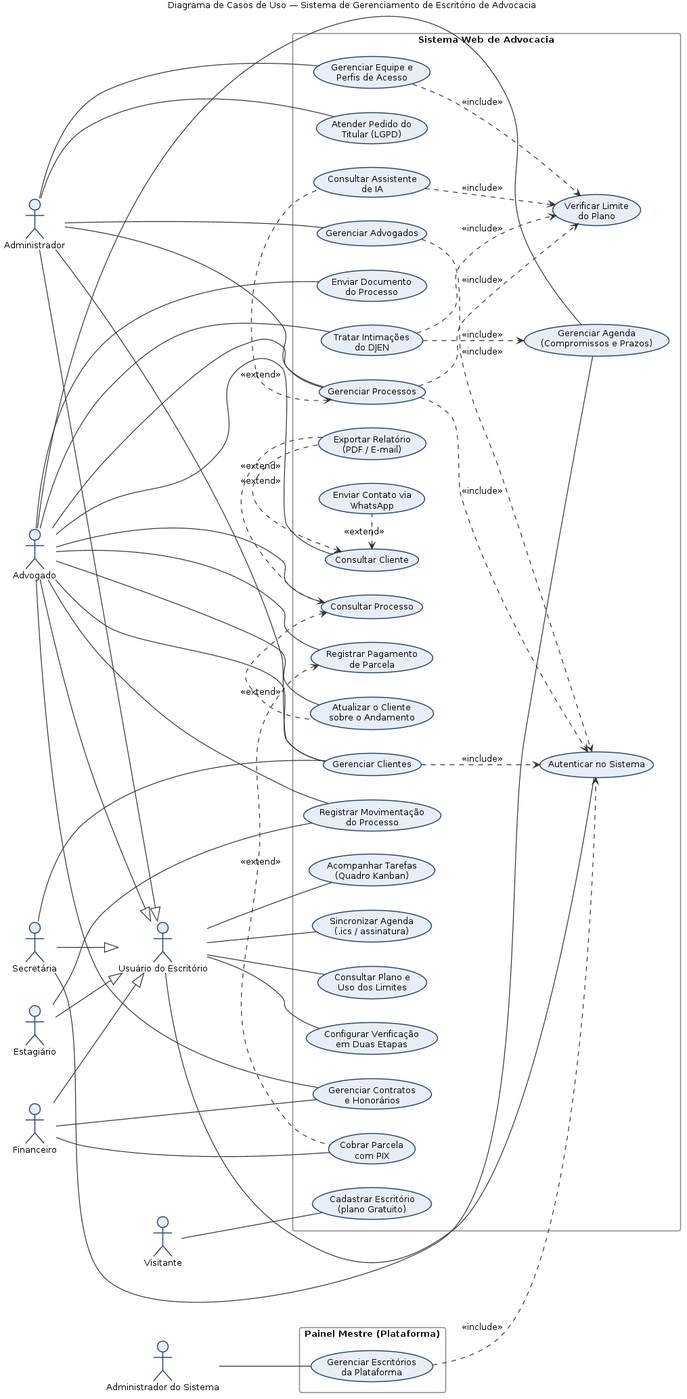
Above: docs/tcc/diagramas/casos_de_uso.png in guimunhoz13/TCCrepository (PlantUML), before the change. Its source is kept beside it as docs/tcc/diagramas/casos_de_uso.puml.
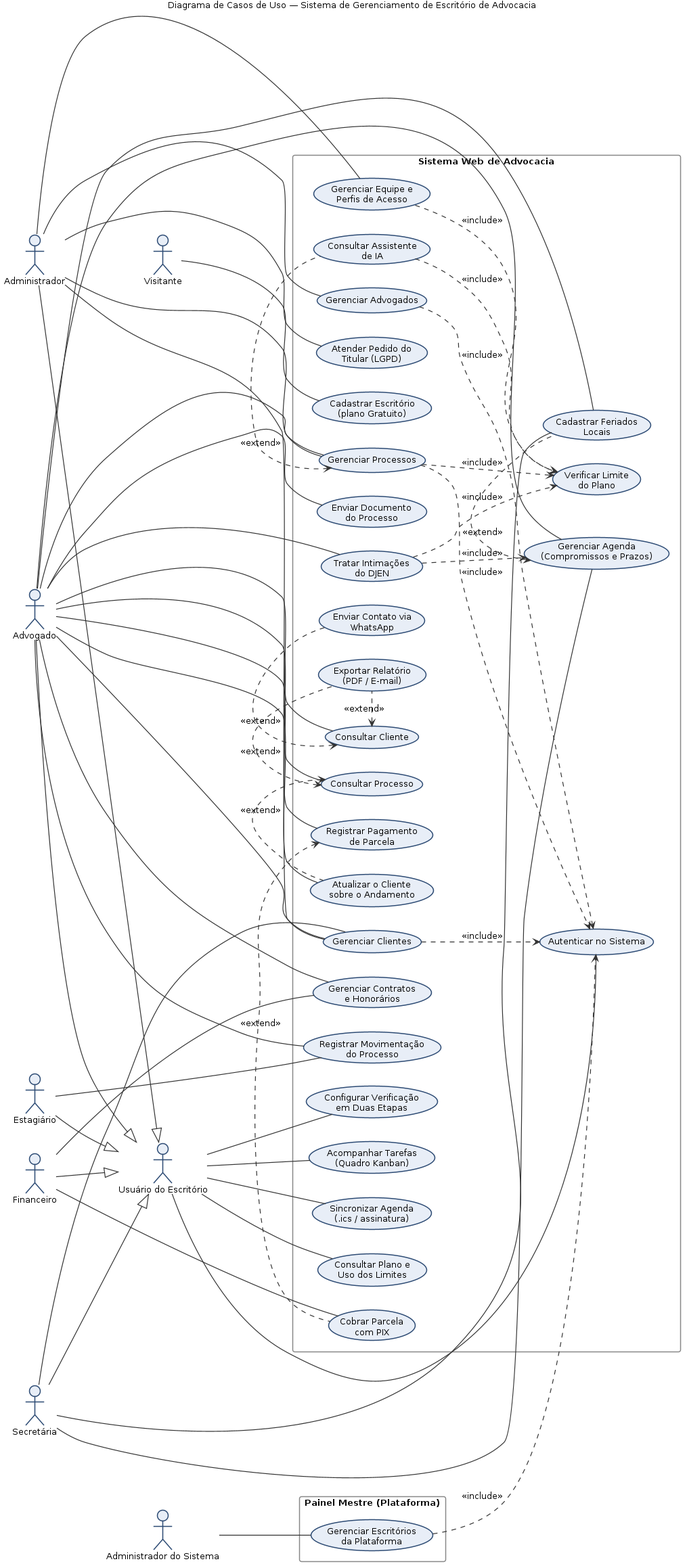
After the change.

What changed in the source:
```diff
@@ -44,6 +44,7 @@
   usecase "Cadastrar Escritório\n(plano Gratuito)" as UC24
   usecase "Consultar Plano e\nUso dos Limites" as UC25
   usecase "Verificar Limite\ndo Plano" as UC26
+  usecase "Cadastrar Feriados\nLocais" as UC27
 }
 
 rectangle "Painel Mestre (Plataforma)" {
@@ -90,6 +91,9 @@
 UC9 <. UC21 : <<extend>>
 Visitante -- UC24
 Usuario -- UC25
+Advogado -- UC27
+Secretaria -- UC27
+UC5 <. UC27 : <<extend>>
 UC3 ..> UC26 : <<include>>
 UC16 ..> UC26 : <<include>>
 UC12 ..> UC26 : <<include>>
```
